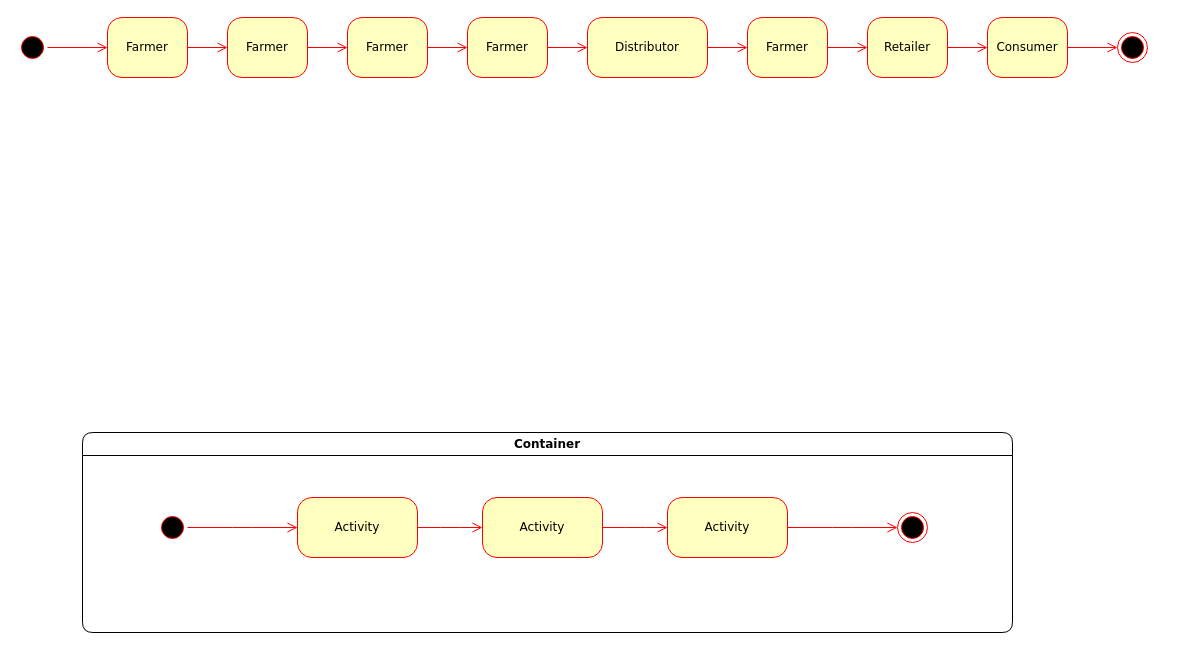
Earlier version of the draw.io diagram Fair_Trade_Coffe_Supply_Chain/project-6/FTC_UML-state-diagram.drawio (PaWeRe/Udacity-Blockchain-Nanodegree). Source tidied: cells renumbered, new cells numbered last; positions are measured from the earlier drawing's top-left corner, leaving out a move shared by most shapes. Both pictures are drawn from the tidied source at 100%, with x=0, y=0 at pixel (17, 17).
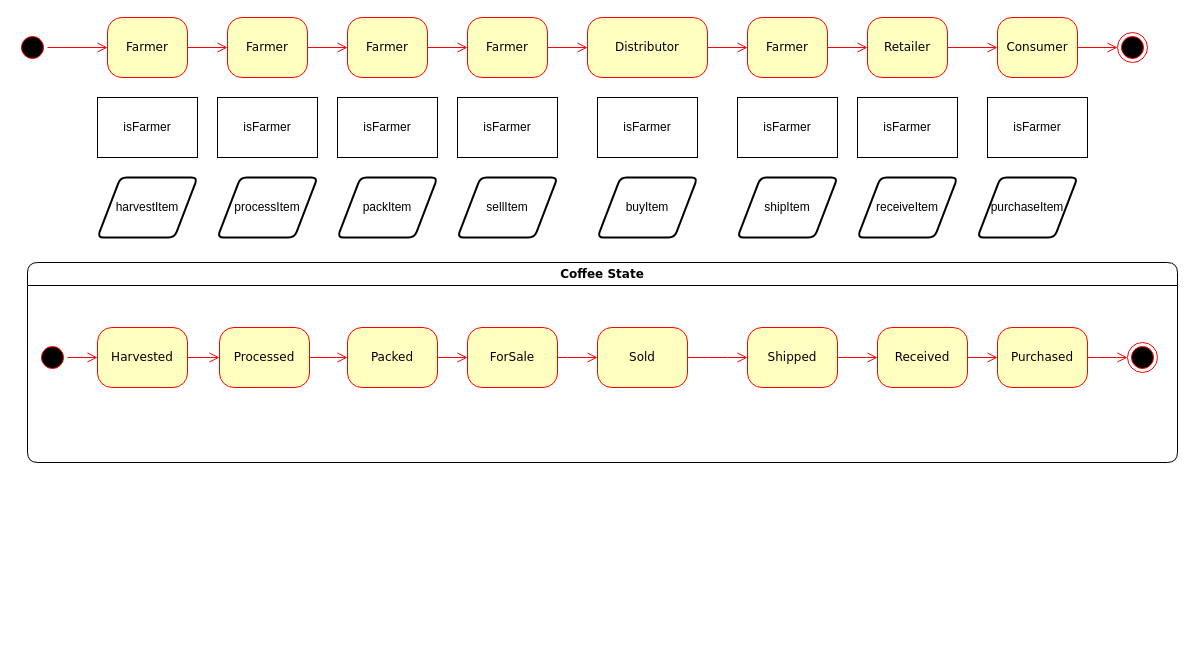
After the change.

Diff of the diagram source:
```diff
@@
-    <mxCell id="4" value="Container" style="swimlane;whiteSpace=wrap;html=1;rounded=1;shadow=0;comic=0;labelBackgroundColor=none;strokeWidth=1;fontFamily=Verdana;fontSize=12;align=center;" parent="1" vertex="1">
-      <mxGeometry x="65" y="415" width="930" height="200" as="geometry" />
+    <mxCell id="4" value="Coffee State" style="swimlane;whiteSpace=wrap;html=1;rounded=1;shadow=0;comic=0;labelBackgroundColor=none;strokeWidth=1;fontFamily=Verdana;fontSize=12;align=center;" parent="1" vertex="1">
+      <mxGeometry x="10" y="245" width="1150" height="200" as="geometry" />
     </mxCell>
@@
-    <mxCell id="6" value="Activity" style="rounded=1;whiteSpace=wrap;html=1;arcSize=24;fillColor=#ffffc0;strokeColor=#ff0000;shadow=0;comic=0;labelBackgroundColor=none;fontFamily=Verdana;fontSize=12;fontColor=#000000;align=center;" parent="4" vertex="1">
-      <mxGeometry x="215" y="65" width="120" height="60" as="geometry" />
+    <mxCell id="6" value="Harvested" style="rounded=1;whiteSpace=wrap;html=1;arcSize=24;fillColor=#ffffc0;strokeColor=#ff0000;shadow=0;comic=0;labelBackgroundColor=none;fontFamily=Verdana;fontSize=12;fontColor=#000000;align=center;" parent="4" vertex="1">
+      <mxGeometry x="70" y="65" width="90" height="60" as="geometry" />
     </mxCell>
     <mxCell id="7" style="ellipse;html=1;shape=endState;fillColor=#000000;strokeColor=#ff0000;rounded=1;shadow=0;comic=0;labelBackgroundColor=none;fontFamily=Verdana;fontSize=12;fontColor=#000000;align=center;" parent="4" vertex="1">
-      <mxGeometry x="815" y="80" width="30" height="30" as="geometry" />
+      <mxGeometry x="1100" y="80" width="30" height="30" as="geometry" />
     </mxCell>
@@
     <mxCell id="9" style="ellipse;html=1;shape=startState;fillColor=#000000;strokeColor=#ff0000;rounded=1;shadow=0;comic=0;labelBackgroundColor=none;fontFamily=Verdana;fontSize=12;fontColor=#000000;align=center;direction=south;" parent="4" vertex="1">
-      <mxGeometry x="75" y="80" width="30" height="30" as="geometry" />
+      <mxGeometry x="10" y="80" width="30" height="30" as="geometry" />
     </mxCell>
@@
-    <mxCell id="11" value="Activity" style="rounded=1;whiteSpace=wrap;html=1;arcSize=24;fillColor=#ffffc0;strokeColor=#ff0000;shadow=0;comic=0;labelBackgroundColor=none;fontFamily=Verdana;fontSize=12;fontColor=#000000;align=center;" parent="4" vertex="1">
-      <mxGeometry x="400" y="65" width="120" height="60" as="geometry" />
+    <mxCell id="11" value="Processed" style="rounded=1;whiteSpace=wrap;html=1;arcSize=24;fillColor=#ffffc0;strokeColor=#ff0000;shadow=0;comic=0;labelBackgroundColor=none;fontFamily=Verdana;fontSize=12;fontColor=#000000;align=center;" parent="4" vertex="1">
+      <mxGeometry x="192" y="65" width="90" height="60" as="geometry" />
     </mxCell>
-    <mxCell id="12" style="edgeStyle=elbowEdgeStyle;html=1;labelBackgroundColor=none;endArrow=open;endSize=8;strokeColor=#ff0000;fontFamily=Verdana;fontSize=12;align=left;" parent="4" edge="1" source="13" target="7">
+    <mxCell id="12" style="edgeStyle=elbowEdgeStyle;html=1;labelBackgroundColor=none;endArrow=open;endSize=8;strokeColor=#ff0000;fontFamily=Verdana;fontSize=12;align=left;entryX=0;entryY=0.5;entryDx=0;entryDy=0;" parent="4" edge="1" source="36" target="38">
       <mxGeometry relative="1" as="geometry" />
     </mxCell>
-    <mxCell id="13" value="Activity" style="rounded=1;whiteSpace=wrap;html=1;arcSize=24;fillColor=#ffffc0;strokeColor=#ff0000;shadow=0;comic=0;labelBackgroundColor=none;fontFamily=Verdana;fontSize=12;fontColor=#000000;align=center;" parent="4" vertex="1">
-      <mxGeometry x="585" y="65" width="120" height="60" as="geometry" />
+    <mxCell id="13" value="Packed" style="rounded=1;whiteSpace=wrap;html=1;arcSize=24;fillColor=#ffffc0;strokeColor=#ff0000;shadow=0;comic=0;labelBackgroundColor=none;fontFamily=Verdana;fontSize=12;fontColor=#000000;align=center;" parent="4" vertex="1">
+      <mxGeometry x="320" y="65" width="90" height="60" as="geometry" />
     </mxCell>
+    <mxCell id="31" value="ForSale" style="rounded=1;whiteSpace=wrap;html=1;arcSize=24;fillColor=#ffffc0;strokeColor=#ff0000;shadow=0;comic=0;labelBackgroundColor=none;fontFamily=Verdana;fontSize=12;fontColor=#000000;align=center;" parent="4" vertex="1">
+      <mxGeometry x="440" y="65" width="90" height="60" as="geometry" />
+    </mxCell>
+    <mxCell id="32" style="edgeStyle=elbowEdgeStyle;html=1;labelBackgroundColor=none;endArrow=open;endSize=8;strokeColor=#ff0000;fontFamily=Verdana;fontSize=12;align=left;" parent="4" edge="1" source="13" target="31">
+      <mxGeometry relative="1" as="geometry" />
+    </mxCell>
+    <mxCell id="33" value="Sold" style="rounded=1;whiteSpace=wrap;html=1;arcSize=24;fillColor=#ffffc0;strokeColor=#ff0000;shadow=0;comic=0;labelBackgroundColor=none;fontFamily=Verdana;fontSize=12;fontColor=#000000;align=center;" parent="4" vertex="1">
+      <mxGeometry x="570" y="65" width="90" height="60" as="geometry" />
+    </mxCell>
+    <mxCell id="34" value="Shipped" style="rounded=1;whiteSpace=wrap;html=1;arcSize=24;fillColor=#ffffc0;strokeColor=#ff0000;shadow=0;comic=0;labelBackgroundColor=none;fontFamily=Verdana;fontSize=12;fontColor=#000000;align=center;" parent="4" vertex="1">
+      <mxGeometry x="720" y="65" width="90" height="60" as="geometry" />
+    </mxCell>
+    <mxCell id="35" style="edgeStyle=elbowEdgeStyle;html=1;labelBackgroundColor=none;endArrow=open;endSize=8;strokeColor=#ff0000;fontFamily=Verdana;fontSize=12;align=left;" parent="4" edge="1" source="31">
+      <mxGeometry relative="1" as="geometry">
+        <mxPoint x="570" y="95" as="targetPoint" />
+      </mxGeometry>
+    </mxCell>
+    <mxCell id="36" value="Received" style="rounded=1;whiteSpace=wrap;html=1;arcSize=24;fillColor=#ffffc0;strokeColor=#ff0000;shadow=0;comic=0;labelBackgroundColor=none;fontFamily=Verdana;fontSize=12;fontColor=#000000;align=center;" parent="4" vertex="1">
+      <mxGeometry x="850" y="65" width="90" height="60" as="geometry" />
+    </mxCell>
+    <mxCell id="37" style="edgeStyle=elbowEdgeStyle;html=1;labelBackgroundColor=none;endArrow=open;endSize=8;strokeColor=#ff0000;fontFamily=Verdana;fontSize=12;align=left;" parent="4" edge="1" source="34" target="36">
+      <mxGeometry relative="1" as="geometry" />
+    </mxCell>
+    <mxCell id="38" value="Purchased" style="rounded=1;whiteSpace=wrap;html=1;arcSize=24;fillColor=#ffffc0;strokeColor=#ff0000;shadow=0;comic=0;labelBackgroundColor=none;fontFamily=Verdana;fontSize=12;fontColor=#000000;align=center;" parent="4" vertex="1">
+      <mxGeometry x="970" y="65" width="90" height="60" as="geometry" />
+    </mxCell>
+    <mxCell id="39" style="edgeStyle=elbowEdgeStyle;html=1;labelBackgroundColor=none;endArrow=open;endSize=8;strokeColor=#ff0000;fontFamily=Verdana;fontSize=12;align=left;exitX=1;exitY=0.5;exitDx=0;exitDy=0;entryX=0;entryY=0.5;entryDx=0;entryDy=0;" parent="4" edge="1" source="33" target="34">
+      <mxGeometry relative="1" as="geometry" />
+    </mxCell>
+    <mxCell id="40" style="edgeStyle=elbowEdgeStyle;html=1;labelBackgroundColor=none;endArrow=open;endSize=8;strokeColor=#ff0000;fontFamily=Verdana;fontSize=12;align=left;entryX=0;entryY=0.5;entryDx=0;entryDy=0;exitX=1;exitY=0.5;exitDx=0;exitDy=0;" parent="4" edge="1" source="38" target="7">
+      <mxGeometry relative="1" as="geometry" />
+    </mxCell>
@@
     <mxCell id="21" value="Consumer" style="rounded=1;whiteSpace=wrap;html=1;arcSize=24;fillColor=#ffffc0;strokeColor=#ff0000;shadow=0;comic=0;labelBackgroundColor=none;fontFamily=Verdana;fontSize=12;fontColor=#000000;align=center;" parent="1" vertex="1">
-      <mxGeometry x="970" width="80" height="60" as="geometry" />
+      <mxGeometry x="980" width="80" height="60" as="geometry" />
     </mxCell>
@@
+    <mxCell id="41" value="isFarmer" style="rounded=0;whiteSpace=wrap;html=1;" parent="1" vertex="1">
+      <mxGeometry x="80" y="80" width="100" height="60" as="geometry" />
+    </mxCell>
+    <mxCell id="42" value="processItem" style="shape=parallelogram;html=1;strokeWidth=2;perimeter=parallelogramPerimeter;whiteSpace=wrap;rounded=1;arcSize=12;size=0.23;" parent="1" vertex="1">
+      <mxGeometry x="200" y="160" width="100" height="60" as="geometry" />
+    </mxCell>
+    <mxCell id="43" value="harvestItem" style="shape=parallelogram;html=1;strokeWidth=2;perimeter=parallelogramPerimeter;whiteSpace=wrap;rounded=1;arcSize=12;size=0.23;" parent="1" vertex="1">
+      <mxGeometry x="80" y="160" width="100" height="60" as="geometry" />
+    </mxCell>
+    <mxCell id="44" value="packItem" style="shape=parallelogram;html=1;strokeWidth=2;perimeter=parallelogramPerimeter;whiteSpace=wrap;rounded=1;arcSize=12;size=0.23;" parent="1" vertex="1">
+      <mxGeometry x="320" y="160" width="100" height="60" as="geometry" />
+    </mxCell>
+    <mxCell id="45" value="sellItem" style="shape=parallelogram;html=1;strokeWidth=2;perimeter=parallelogramPerimeter;whiteSpace=wrap;rounded=1;arcSize=12;size=0.23;" parent="1" vertex="1">
+      <mxGeometry x="440" y="160" width="100" height="60" as="geometry" />
+    </mxCell>
+    <mxCell id="46" value="buyItem" style="shape=parallelogram;html=1;strokeWidth=2;perimeter=parallelogramPerimeter;whiteSpace=wrap;rounded=1;arcSize=12;size=0.23;" parent="1" vertex="1">
+      <mxGeometry x="580" y="160" width="100" height="60" as="geometry" />
+    </mxCell>
+    <mxCell id="47" value="shipItem" style="shape=parallelogram;html=1;strokeWidth=2;perimeter=parallelogramPerimeter;whiteSpace=wrap;rounded=1;arcSize=12;size=0.23;" parent="1" vertex="1">
+      <mxGeometry x="720" y="160" width="100" height="60" as="geometry" />
+    </mxCell>
+    <mxCell id="48" value="receiveItem" style="shape=parallelogram;html=1;strokeWidth=2;perimeter=parallelogramPerimeter;whiteSpace=wrap;rounded=1;arcSize=12;size=0.23;" parent="1" vertex="1">
+      <mxGeometry x="840" y="160" width="100" height="60" as="geometry" />
+    </mxCell>
+    <mxCell id="49" value="purchaseItem" style="shape=parallelogram;html=1;strokeWidth=2;perimeter=parallelogramPerimeter;whiteSpace=wrap;rounded=1;arcSize=12;size=0.23;" parent="1" vertex="1">
+      <mxGeometry x="960" y="160" width="100" height="60" as="geometry" />
+    </mxCell>
+    <mxCell id="50" value="isFarmer" style="rounded=0;whiteSpace=wrap;html=1;" parent="1" vertex="1">
+      <mxGeometry x="200" y="80" width="100" height="60" as="geometry" />
+    </mxCell>
+    <mxCell id="51" value="isFarmer" style="rounded=0;whiteSpace=wrap;html=1;" parent="1" vertex="1">
+      <mxGeometry x="320" y="80" width="100" height="60" as="geometry" />
+    </mxCell>
+    <mxCell id="52" value="isFarmer" style="rounded=0;whiteSpace=wrap;html=1;" parent="1" vertex="1">
+      <mxGeometry x="440" y="80" width="100" height="60" as="geometry" />
+    </mxCell>
+    <mxCell id="53" value="isFarmer" style="rounded=0;whiteSpace=wrap;html=1;" parent="1" vertex="1">
+      <mxGeometry x="580" y="80" width="100" height="60" as="geometry" />
+    </mxCell>
+    <mxCell id="54" value="isFarmer" style="rounded=0;whiteSpace=wrap;html=1;" parent="1" vertex="1">
+      <mxGeometry x="720" y="80" width="100" height="60" as="geometry" />
+    </mxCell>
+    <mxCell id="55" value="isFarmer" style="rounded=0;whiteSpace=wrap;html=1;" parent="1" vertex="1">
+      <mxGeometry x="840" y="80" width="100" height="60" as="geometry" />
+    </mxCell>
+    <mxCell id="56" value="isFarmer" style="rounded=0;whiteSpace=wrap;html=1;" parent="1" vertex="1">
+      <mxGeometry x="970" y="80" width="100" height="60" as="geometry" />
+    </mxCell>
```
